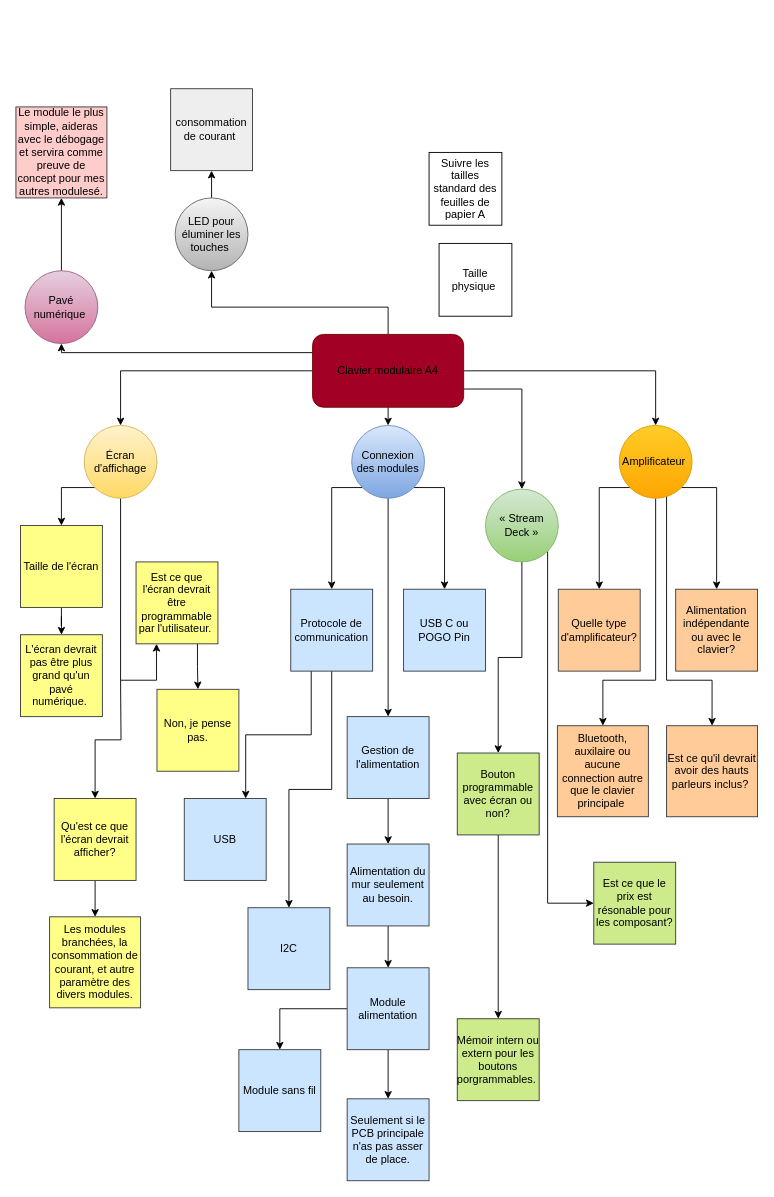
Above: A4.drawio in McJorts/Devoir (draw.io), before the change. Source tidied: cells renumbered, new cells numbered last; positions are measured from the earlier drawing's top-left corner, leaving out a move shared by most shapes. Both pictures are drawn from the tidied source at 91%, with x=0, y=0 at pixel (15, 88).
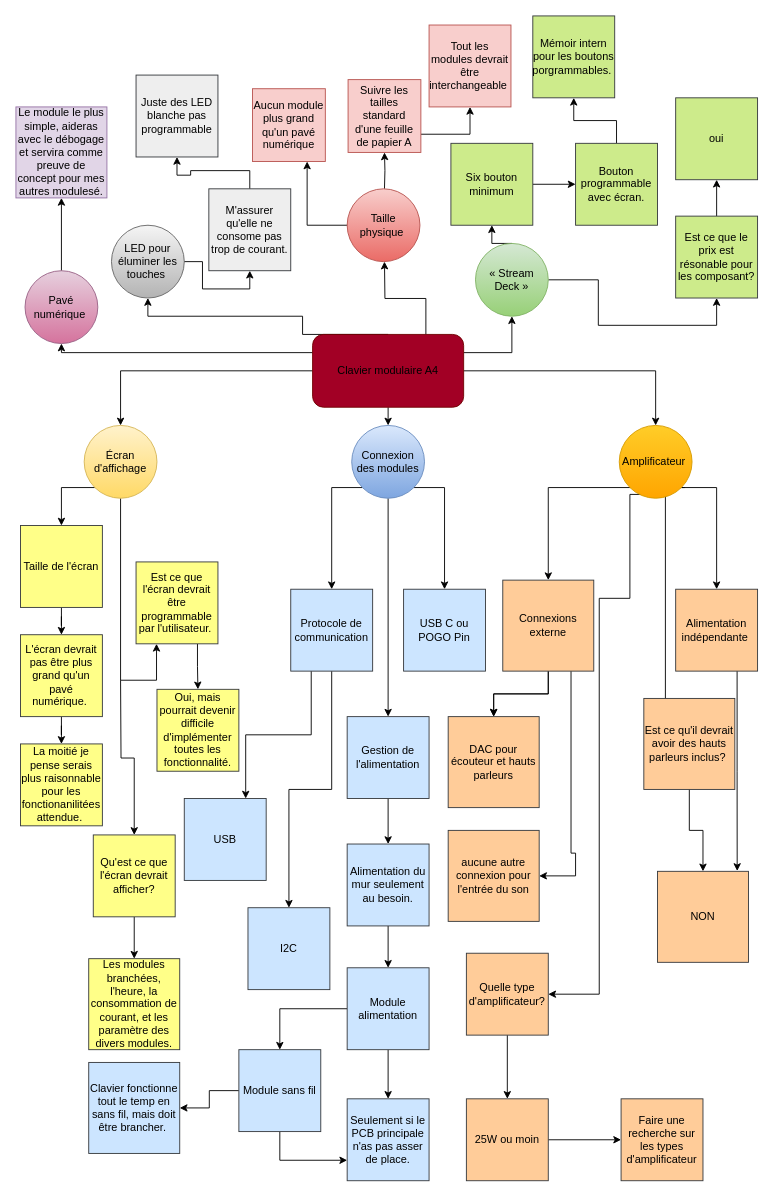
The same page after the edit.

Commit message (it also covers changes not shown here):
Mettre à jour A4.drawio

Unchanged cells that the change refers to:
```xml
<mxCell id="18" value="Amplificateur&amp;nbsp;" style="ellipse;whiteSpace=wrap;html=1;shapeInside=1;fillColor=#ffcd28;strokeColor=#d79b00;gradientColor=#ffa500;" parent="1" vertex="1">
  <mxGeometry x="663" y="370" width="80" height="80" as="geometry" />
</mxCell>
<mxCell id="25" value="&lt;div&gt;&lt;span style=&quot;background-color: transparent; color: light-dark(rgb(0, 0, 0), rgb(255, 255, 255));&quot;&gt;Clavier modulaire A4&lt;/span&gt;&lt;/div&gt;" style="rounded=1;whiteSpace=wrap;html=1;fillColor=#a20025;fontColor=#ffffff;strokeColor=#6F0000;" parent="1" vertex="1">
  <mxGeometry x="326" y="270" width="166" height="80" as="geometry" />
</mxCell>
<mxCell id="57" value="L'écran devrait pas être plus grand qu'un pavé numérique.&amp;nbsp;" style="whiteSpace=wrap;html=1;fillColor=#ffff88;strokeColor=#36393d;" parent="1" vertex="1">
  <mxGeometry x="5" y="600" width="90" height="90" as="geometry" />
</mxCell>
<mxCell id="59" value="Seulement si le PCB principale n'as pas asser de place." style="whiteSpace=wrap;html=1;fillColor=#cce5ff;strokeColor=#36393d;" parent="1" vertex="1">
  <mxGeometry x="364" y="1110" width="90" height="90" as="geometry" />
</mxCell>
<mxCell id="62" value="Module sans fil" style="whiteSpace=wrap;html=1;fillColor=#cce5ff;strokeColor=#36393d;" parent="1" vertex="1">
  <mxGeometry x="245" y="1056" width="90" height="90" as="geometry" />
</mxCell>
```

The edit, as a diff of the source:
```diff
@@
-    <mxCell id="11" style="edgeStyle=orthogonalEdgeStyle;rounded=0;jettySize=auto;html=1;exitX=0.5;exitY=1;exitDx=0;exitDy=0;entryX=0.5;entryY=0;entryDx=0;entryDy=0;" parent="1" edge="1" source="13" target="40">
+    <mxCell id="11" style="edgeStyle=orthogonalEdgeStyle;rounded=0;jettySize=auto;html=1;exitX=0.5;exitY=0;exitDx=0;exitDy=0;entryX=0.5;entryY=1;entryDx=0;entryDy=0;" parent="1" edge="1" source="13" target="87">
       <mxGeometry relative="1" as="geometry" />
     </mxCell>
-    <mxCell id="12" style="edgeStyle=orthogonalEdgeStyle;rounded=0;jettySize=auto;html=1;exitX=1;exitY=1;exitDx=0;exitDy=0;entryX=0;entryY=0.5;entryDx=0;entryDy=0;" parent="1" edge="1" source="13" target="46">
+    <mxCell id="12" style="edgeStyle=orthogonalEdgeStyle;rounded=0;jettySize=auto;html=1;exitX=1;exitY=0.5;exitDx=0;exitDy=0;entryX=0.5;entryY=1;entryDx=0;entryDy=0;" parent="1" edge="1" source="13" target="46">
       <mxGeometry relative="1" as="geometry">
         <Array as="points">
-          <mxPoint x="584.3" y="895" />
+          <mxPoint x="640" y="210" />
+          <mxPoint x="640" y="260" />
+          <mxPoint x="770" y="260" />
         </Array>
       </mxGeometry>
     </mxCell>
     <mxCell id="13" value="« Stream Deck »" style="ellipse;whiteSpace=wrap;html=1;shapeInside=1;fillColor=#d5e8d4;strokeColor=#82b366;gradientColor=#97d077;" parent="1" vertex="1">
-      <mxGeometry x="516" y="440" width="80" height="80" as="geometry" />
+      <mxGeometry x="505" y="170" width="80" height="80" as="geometry" />
     </mxCell>
-    <mxCell id="14" style="edgeStyle=orthogonalEdgeStyle;rounded=0;jettySize=auto;html=1;exitX=0.5;exitY=1;exitDx=0;exitDy=0;entryX=0.5;entryY=0;entryDx=0;entryDy=0;" parent="1" edge="1" source="18" target="38">
+    <mxCell id="14" style="edgeStyle=orthogonalEdgeStyle;rounded=0;jettySize=auto;html=1;exitX=0;exitY=1;exitDx=0;exitDy=0;entryX=0.5;entryY=0;entryDx=0;entryDy=0;" parent="1" edge="1" source="18" target="38">
       <mxGeometry relative="1" as="geometry">
         <Array as="points">
-          <mxPoint x="703" y="650" />
-          <mxPoint x="645" y="650" />
+          <mxPoint x="585" y="438.3" />
         </Array>
       </mxGeometry>
     </mxCell>
@@
-    <mxCell id="16" style="edgeStyle=orthogonalEdgeStyle;rounded=0;jettySize=auto;html=1;exitX=0;exitY=1;exitDx=0;exitDy=0;" parent="1" edge="1" source="18" target="36">
+    <mxCell id="16" style="edgeStyle=orthogonalEdgeStyle;rounded=0;jettySize=auto;html=1;exitX=0.327;exitY=0.948;exitDx=0;exitDy=0;exitPerimeter=0;" parent="1" edge="1" source="18" target="36">
       <mxGeometry relative="1" as="geometry">
         <Array as="points">
-          <mxPoint x="641" y="438.3" />
+          <mxPoint x="674.7" y="445.8" />
+          <mxPoint x="674.7" y="560" />
+          <mxPoint x="641" y="560" />
         </Array>
       </mxGeometry>
     </mxCell>
-    <mxCell id="17" style="edgeStyle=orthogonalEdgeStyle;rounded=0;jettySize=auto;html=1;exitX=1;exitY=1;exitDx=0;exitDy=0;entryX=0.5;entryY=0;entryDx=0;entryDy=0;" parent="1" edge="1" source="18" target="42">
+    <mxCell id="17" style="edgeStyle=orthogonalEdgeStyle;rounded=0;orthogonalLoop=1;jettySize=auto;html=1;exitX=1;exitY=1;exitDx=0;exitDy=0;entryX=0.75;entryY=0;entryDx=0;entryDy=0;" parent="1" edge="1">
       <mxGeometry relative="1" as="geometry">
+        <mxPoint x="735" y="438.3" as="sourcePoint" />
+        <mxPoint x="713.7" y="700" as="targetPoint" />
         <Array as="points">
-          <mxPoint x="715" y="438.4" />
-          <mxPoint x="715" y="650" />
-          <mxPoint x="765" y="650" />
+          <mxPoint x="713.7" y="438.3" />
         </Array>
       </mxGeometry>
     </mxCell>
@@
-    <mxCell id="22" style="edgeStyle=orthogonalEdgeStyle;rounded=0;jettySize=auto;html=1;exitX=1;exitY=0.75;exitDx=0;exitDy=0;entryX=0.5;entryY=0;entryDx=0;entryDy=0;" parent="1" edge="1" source="25" target="13">
+    <mxCell id="22" style="edgeStyle=orthogonalEdgeStyle;rounded=0;jettySize=auto;html=1;exitX=1;exitY=0.25;exitDx=0;exitDy=0;entryX=0.5;entryY=1;entryDx=0;entryDy=0;" parent="1" edge="1" source="25" target="13">
       <mxGeometry relative="1" as="geometry" />
     </mxCell>
@@
     <mxCell id="24" style="edgeStyle=orthogonalEdgeStyle;rounded=0;jettySize=auto;html=1;exitX=0.5;exitY=0;exitDx=0;exitDy=0;entryX=0.5;entryY=1;entryDx=0;entryDy=0;" parent="1" edge="1" source="25" target="51">
       <mxGeometry relative="1" as="geometry">
         <Array as="points">
-          <mxPoint x="409" y="240" />
-          <mxPoint x="215" y="240" />
+          <mxPoint x="315" y="270" />
+          <mxPoint x="315" y="250" />
+          <mxPoint x="145" y="250" />
         </Array>
       </mxGeometry>
     </mxCell>
+    <mxCell id="65" style="edgeStyle=orthogonalEdgeStyle;rounded=0;jettySize=auto;html=1;exitX=0.75;exitY=0;exitDx=0;exitDy=0;entryX=0.5;entryY=1;entryDx=0;entryDy=0;" parent="1" edge="1" source="25">
+      <mxGeometry relative="1" as="geometry">
+        <mxPoint x="405" y="190" as="targetPoint" />
+      </mxGeometry>
+    </mxCell>
@@
+    <mxCell id="66" style="edgeStyle=orthogonalEdgeStyle;rounded=0;jettySize=auto;html=1;" parent="1" edge="1" source="36" target="92">
+      <mxGeometry relative="1" as="geometry" />
+    </mxCell>
     <mxCell id="36" value="Quelle type d'amplificateur?" style="whiteSpace=wrap;html=1;fillColor=#ffcc99;strokeColor=#36393d;" parent="1" vertex="1">
-      <mxGeometry x="596" y="550" width="90" height="90" as="geometry" />
+      <mxGeometry x="495" y="950" width="90" height="90" as="geometry" />
     </mxCell>
+    <mxCell id="67" style="edgeStyle=orthogonalEdgeStyle;rounded=0;jettySize=auto;html=1;exitX=0.75;exitY=1;exitDx=0;exitDy=0;entryX=0.876;entryY=-0.004;entryDx=0;entryDy=0;entryPerimeter=0;" parent="1" edge="1" source="37" target="83">
+      <mxGeometry relative="1" as="geometry" />
+    </mxCell>
-    <mxCell id="37" value="Alimentation indépendante ou avec le clavier?" style="whiteSpace=wrap;html=1;fillColor=#ffcc99;strokeColor=#36393d;" parent="1" vertex="1">
+    <mxCell id="37" value="Alimentation indépendante&amp;nbsp;" style="whiteSpace=wrap;html=1;fillColor=#ffcc99;strokeColor=#36393d;" parent="1" vertex="1">
       <mxGeometry x="725" y="550" width="90" height="90" as="geometry" />
     </mxCell>
+    <mxCell id="68" style="edgeStyle=orthogonalEdgeStyle;rounded=0;jettySize=auto;html=1;" parent="1" edge="1" source="38" target="82">
+      <mxGeometry relative="1" as="geometry" />
+    </mxCell>
+    <mxCell id="69" style="edgeStyle=orthogonalEdgeStyle;rounded=0;jettySize=auto;html=1;" parent="1" edge="1" source="38" target="82">
+      <mxGeometry relative="1" as="geometry" />
+    </mxCell>
+    <mxCell id="70" style="edgeStyle=orthogonalEdgeStyle;rounded=0;jettySize=auto;html=1;exitX=0.75;exitY=1;exitDx=0;exitDy=0;entryX=1;entryY=0.5;entryDx=0;entryDy=0;" parent="1" edge="1" source="38" target="84">
+      <mxGeometry relative="1" as="geometry">
+        <Array as="points">
+          <mxPoint x="610" y="840" />
+          <mxPoint x="615" y="840" />
+          <mxPoint x="615" y="865" />
+        </Array>
+      </mxGeometry>
+    </mxCell>
-    <mxCell id="38" value="Bluetooth, auxilaire ou aucune connection autre que le clavier principale&amp;nbsp;" style="whiteSpace=wrap;html=1;fillColor=#ffcc99;strokeColor=#36393d;" parent="1" vertex="1">
-      <mxGeometry x="595" y="700" width="100" height="100" as="geometry" />
+    <mxCell id="38" value="Connexions externe" style="whiteSpace=wrap;html=1;fillColor=#ffcc99;strokeColor=#36393d;" parent="1" vertex="1">
+      <mxGeometry x="535" y="540" width="100" height="100" as="geometry" />
     </mxCell>
-    <mxCell id="39" style="edgeStyle=orthogonalEdgeStyle;rounded=0;jettySize=auto;html=1;exitX=0.5;exitY=1;exitDx=0;exitDy=0;" parent="1" edge="1" source="40" target="45">
+    <mxCell id="39" style="edgeStyle=orthogonalEdgeStyle;rounded=0;jettySize=auto;html=1;exitX=0.5;exitY=0;exitDx=0;exitDy=0;" parent="1" edge="1" source="40" target="45">
       <mxGeometry relative="1" as="geometry" />
     </mxCell>
-    <mxCell id="40" value="Bouton programmable avec écran ou non?" style="whiteSpace=wrap;html=1;fillColor=#cdeb8b;strokeColor=#36393d;" parent="1" vertex="1">
-      <mxGeometry x="485" y="730" width="90" height="90" as="geometry" />
+    <mxCell id="40" value="Bouton programmable avec écran." style="whiteSpace=wrap;html=1;fillColor=#cdeb8b;strokeColor=#36393d;" parent="1" vertex="1">
+      <mxGeometry x="615" y="60" width="90" height="90" as="geometry" />
     </mxCell>
-    <mxCell id="41" value="Le module le plus simple, aideras avec le&amp;nbsp;débogage et servira comme preuve de concept pour mes autres modulesé." style="whiteSpace=wrap;html=1;fillColor=#ffcccc;strokeColor=#36393d;" parent="1" vertex="1">
+    <mxCell id="41" value="Le module le plus simple, aideras avec le&amp;nbsp;débogage et servira comme preuve de concept pour mes autres modulesé." style="whiteSpace=wrap;html=1;fillColor=#e1d5e7;strokeColor=#9673a6;" parent="1" vertex="1">
       <mxGeometry y="20" width="100" height="100" as="geometry" />
     </mxCell>
+    <mxCell id="71" style="edgeStyle=orthogonalEdgeStyle;rounded=0;jettySize=auto;html=1;" parent="1" edge="1" source="42" target="83">
+      <mxGeometry relative="1" as="geometry" />
+    </mxCell>
     <mxCell id="42" value="Est ce qu'il devrait avoir des hauts parleurs inclus?&amp;nbsp;" style="whiteSpace=wrap;html=1;fillColor=#ffcc99;strokeColor=#36393d;" parent="1" vertex="1">
-      <mxGeometry x="715" y="700" width="100" height="100" as="geometry" />
+      <mxGeometry x="690" y="670" width="100" height="100" as="geometry" />
     </mxCell>
@@
-    <mxCell id="45" value="Mémoir intern ou extern pour les boutons porgrammables.&amp;nbsp;" style="whiteSpace=wrap;html=1;fillColor=#cdeb8b;strokeColor=#36393d;" parent="1" vertex="1">
-      <mxGeometry x="485" y="1022" width="90" height="90" as="geometry" />
+    <mxCell id="45" value="Mémoir intern pour les boutons porgrammables.&amp;nbsp;" style="whiteSpace=wrap;html=1;fillColor=#cdeb8b;strokeColor=#36393d;" parent="1" vertex="1">
+      <mxGeometry x="568" y="-80" width="90" height="90" as="geometry" />
     </mxCell>
+    <mxCell id="72" style="edgeStyle=orthogonalEdgeStyle;rounded=0;jettySize=auto;html=1;" parent="1" edge="1" source="46" target="85">
+      <mxGeometry relative="1" as="geometry" />
+    </mxCell>
     <mxCell id="46" value="Est ce que le prix est résonable pour les composant?" style="whiteSpace=wrap;html=1;fillColor=#cdeb8b;strokeColor=#36393d;" parent="1" vertex="1">
-      <mxGeometry x="635" y="850" width="90" height="90" as="geometry" />
+      <mxGeometry x="725" y="140" width="90" height="90" as="geometry" />
     </mxCell>
@@
     <mxCell id="49" value="Qu'est ce que l'écran devrait afficher?" style="whiteSpace=wrap;html=1;fillColor=#ffff88;strokeColor=#36393d;" parent="1" vertex="1">
-      <mxGeometry x="42" y="780" width="90" height="90" as="geometry" />
+      <mxGeometry x="85" y="820" width="90" height="90" as="geometry" />
     </mxCell>
     <mxCell id="50" style="edgeStyle=orthogonalEdgeStyle;rounded=0;jettySize=auto;html=1;exitX=0.5;exitY=0;exitDx=0;exitDy=0;entryX=0.5;entryY=1;entryDx=0;entryDy=0;" parent="1" edge="1" source="51" target="52">
-      <mxGeometry relative="1" as="geometry" />
+      <mxGeometry relative="1" as="geometry">
+        <Array as="points">
+          <mxPoint x="145" y="190" />
+          <mxPoint x="205" y="190" />
+          <mxPoint x="205" y="220" />
+          <mxPoint x="257" y="220" />
+        </Array>
+      </mxGeometry>
     </mxCell>
     <mxCell id="51" value="LED pour éluminer les touches&amp;nbsp;" style="ellipse;whiteSpace=wrap;html=1;shapeInside=1;fillColor=#f5f5f5;strokeColor=#666666;gradientColor=#b3b3b3;" parent="1" vertex="1">
-      <mxGeometry x="175" y="120" width="80" height="80" as="geometry" />
+      <mxGeometry x="105" y="150" width="80" height="80" as="geometry" />
     </mxCell>
+    <mxCell id="73" style="edgeStyle=orthogonalEdgeStyle;rounded=0;jettySize=auto;html=1;" parent="1" edge="1" source="52" target="81">
+      <mxGeometry relative="1" as="geometry" />
+    </mxCell>
-    <mxCell id="52" value="consommation de courant&amp;nbsp;" style="whiteSpace=wrap;html=1;fillColor=#eeeeee;strokeColor=#36393d;" parent="1" vertex="1">
-      <mxGeometry x="170" width="90" height="90" as="geometry" />
+    <mxCell id="52" value="M'assurer qu'elle ne consome pas trop de courant." style="whiteSpace=wrap;html=1;fillColor=#eeeeee;strokeColor=#36393d;" parent="1" vertex="1">
+      <mxGeometry x="212" y="110" width="90" height="90" as="geometry" />
     </mxCell>
-    <mxCell id="53" value="Les modules branchées, la consommation de courant, et autre paramètre des divers modules." style="whiteSpace=wrap;html=1;fillColor=#ffff88;strokeColor=#36393d;" parent="1" vertex="1">
-      <mxGeometry x="37" y="910" width="100" height="100" as="geometry" />
+    <mxCell id="53" value="Les modules branchées, l'heure, la consommation de courant, et les paramètre des divers modules." style="whiteSpace=wrap;html=1;fillColor=#ffff88;strokeColor=#36393d;" parent="1" vertex="1">
+      <mxGeometry x="80" y="956" width="100" height="100" as="geometry" />
     </mxCell>
@@
+    <mxCell id="74" style="edgeStyle=orthogonalEdgeStyle;rounded=0;jettySize=auto;html=1;" parent="1" edge="1" source="57" target="80">
+      <mxGeometry relative="1" as="geometry" />
+    </mxCell>
@@
-    <mxCell id="58" value="Non, je pense pas." style="whiteSpace=wrap;html=1;fillColor=#ffff88;strokeColor=#36393d;" parent="1" vertex="1">
+    <mxCell id="58" value="Oui, mais pourrait devenir difficile d'implémenter toutes les fonctionnalité." style="whiteSpace=wrap;html=1;fillColor=#ffff88;strokeColor=#36393d;" parent="1" vertex="1">
       <mxGeometry x="155" y="660" width="90" height="90" as="geometry" />
     </mxCell>
@@
+    <mxCell id="75" style="edgeStyle=orthogonalEdgeStyle;rounded=0;jettySize=auto;html=1;exitX=0.5;exitY=1;exitDx=0;exitDy=0;entryX=0;entryY=0.75;entryDx=0;entryDy=0;" parent="1" edge="1" source="62" target="59">
+      <mxGeometry relative="1" as="geometry" />
+    </mxCell>
+    <mxCell id="76" style="edgeStyle=orthogonalEdgeStyle;rounded=0;jettySize=auto;html=1;" parent="1" edge="1" source="62" target="90">
+      <mxGeometry relative="1" as="geometry" />
+    </mxCell>
@@
+    <mxCell id="77" style="edgeStyle=orthogonalEdgeStyle;rounded=0;jettySize=auto;html=1;" parent="1" edge="1" source="63" target="88">
+      <mxGeometry relative="1" as="geometry">
+        <Array as="points">
+          <mxPoint x="499" y="50" />
+        </Array>
+      </mxGeometry>
+    </mxCell>
-    <mxCell id="63" value="Suivre les tailles standard des feuilles de papier A" style="whiteSpace=wrap;html=1;" parent="1" vertex="1">
-      <mxGeometry x="454" y="70" width="80" height="80" as="geometry" />
+    <mxCell id="63" value="Suivre les tailles standard d'une feuille de papier A" style="whiteSpace=wrap;html=1;fillColor=#f8cecc;strokeColor=#b85450;" parent="1" vertex="1">
+      <mxGeometry x="365" y="-10" width="80" height="80" as="geometry" />
     </mxCell>
+    <mxCell id="78" style="edgeStyle=orthogonalEdgeStyle;rounded=0;jettySize=auto;html=1;exitX=0.5;exitY=0;exitDx=0;exitDy=0;entryX=0.5;entryY=1;entryDx=0;entryDy=0;" parent="1" edge="1" target="63">
+      <mxGeometry relative="1" as="geometry">
+        <mxPoint x="405" y="110" as="sourcePoint" />
+      </mxGeometry>
+    </mxCell>
+    <mxCell id="79" style="edgeStyle=orthogonalEdgeStyle;rounded=0;jettySize=auto;html=1;exitX=0;exitY=0.5;exitDx=0;exitDy=0;entryX=0.75;entryY=1;entryDx=0;entryDy=0;" parent="1" edge="1" target="89">
+      <mxGeometry relative="1" as="geometry">
+        <mxPoint x="365" y="150" as="sourcePoint" />
+        <Array as="points">
+          <mxPoint x="320" y="150" />
+        </Array>
+      </mxGeometry>
+    </mxCell>
+    <mxCell id="80" value="La moitié je pense serais plus raisonnable pour les fonctionanilitées attendue.&amp;nbsp;" style="whiteSpace=wrap;html=1;fillColor=#ffff88;strokeColor=#36393d;" parent="1" vertex="1">
+      <mxGeometry x="5" y="720" width="90" height="90" as="geometry" />
+    </mxCell>
+    <mxCell id="81" value="Juste des LED blanche pas programmable" style="whiteSpace=wrap;html=1;fillColor=#eeeeee;strokeColor=#36393d;" parent="1" vertex="1">
+      <mxGeometry x="132" y="-15" width="90" height="90" as="geometry" />
+    </mxCell>
+    <mxCell id="82" value="DAC pour écouteur et hauts parleurs" style="whiteSpace=wrap;html=1;fillColor=#ffcc99;strokeColor=#36393d;" parent="1" vertex="1">
+      <mxGeometry x="475" y="690" width="100" height="100" as="geometry" />
+    </mxCell>
+    <mxCell id="83" value="NON" style="whiteSpace=wrap;html=1;fillColor=#ffcc99;strokeColor=#36393d;" parent="1" vertex="1">
+      <mxGeometry x="705" y="860" width="100" height="100" as="geometry" />
+    </mxCell>
+    <mxCell id="84" value="aucune autre connexion pour l'entrée du son" style="whiteSpace=wrap;html=1;fillColor=#ffcc99;strokeColor=#36393d;" parent="1" vertex="1">
+      <mxGeometry x="475" y="815" width="100" height="100" as="geometry" />
+    </mxCell>
+    <mxCell id="85" value="oui" style="whiteSpace=wrap;html=1;fillColor=#cdeb8b;strokeColor=#36393d;" parent="1" vertex="1">
+      <mxGeometry x="725" y="10" width="90" height="90" as="geometry" />
+    </mxCell>
+    <mxCell id="86" style="edgeStyle=orthogonalEdgeStyle;rounded=0;jettySize=auto;html=1;" parent="1" edge="1" source="87" target="40">
+      <mxGeometry relative="1" as="geometry" />
+    </mxCell>
+    <mxCell id="87" value="Six bouton minimum" style="whiteSpace=wrap;html=1;fillColor=#cdeb8b;strokeColor=#36393d;" parent="1" vertex="1">
+      <mxGeometry x="478" y="60" width="90" height="90" as="geometry" />
+    </mxCell>
+    <mxCell id="88" value="Tout les modules devrait être interchangeable&amp;nbsp;" style="whiteSpace=wrap;html=1;fillColor=#f8cecc;strokeColor=#b85450;" parent="1" vertex="1">
+      <mxGeometry x="454" y="-70" width="90" height="90" as="geometry" />
+    </mxCell>
+    <mxCell id="89" value="Aucun module plus grand qu'un pavé numérique" style="whiteSpace=wrap;html=1;fillColor=#f8cecc;strokeColor=#b85450;" parent="1" vertex="1">
+      <mxGeometry x="260" width="80" height="80" as="geometry" />
+    </mxCell>
-    <mxCell id="64" value="Taille physique&amp;nbsp;" style="whiteSpace=wrap;html=1;" parent="1" vertex="1">
-      <mxGeometry x="465" y="170" width="80" height="80" as="geometry" />
+    <mxCell id="64" value="Taille physique&amp;nbsp;" style="ellipse;whiteSpace=wrap;html=1;shapeInside=1;fillColor=#f8cecc;gradientColor=#ea6b66;strokeColor=#b85450;" parent="1" vertex="1">
+      <mxGeometry x="364" y="110" width="80" height="80" as="geometry" />
     </mxCell>
+    <mxCell id="90" value="Clavier fonctionne tout le temp en sans fil, mais doit être brancher.&amp;nbsp;" style="whiteSpace=wrap;html=1;fillColor=#cce5ff;strokeColor=#36393d;" parent="1" vertex="1">
+      <mxGeometry x="80" y="1070" width="100" height="100" as="geometry" />
+    </mxCell>
+    <mxCell id="91" style="edgeStyle=orthogonalEdgeStyle;rounded=0;jettySize=auto;html=1;" parent="1" edge="1" source="92" target="93">
+      <mxGeometry relative="1" as="geometry" />
+    </mxCell>
+    <mxCell id="92" value="25W ou moin" style="whiteSpace=wrap;html=1;fillColor=#ffcc99;strokeColor=#36393d;" parent="1" vertex="1">
+      <mxGeometry x="495" y="1110" width="90" height="90" as="geometry" />
+    </mxCell>
+    <mxCell id="93" value="Faire une recherche sur les types d'amplificateur" style="whiteSpace=wrap;html=1;fillColor=#ffcc99;strokeColor=#36393d;" parent="1" vertex="1">
+      <mxGeometry x="665" y="1110" width="90" height="90" as="geometry" />
+    </mxCell>
```
